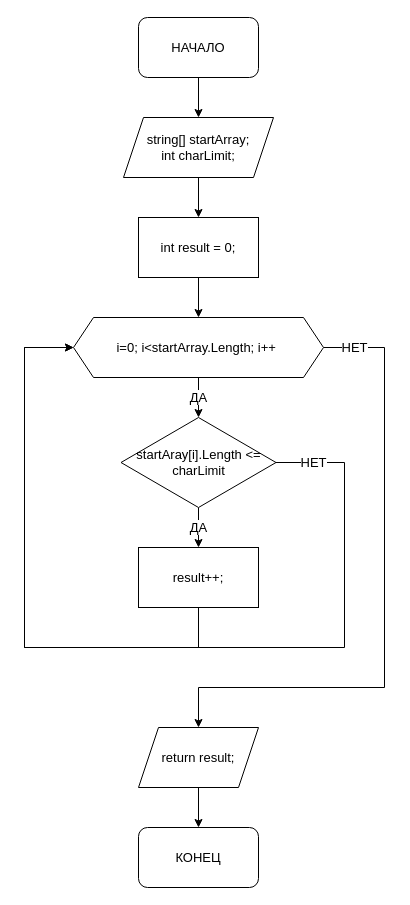
The draw.io diagram Algorytm/getSizeNewArray.drawio in jokerjam-s/GB_ControlWork_001, before the edit. Source tidied: cells renumbered, new cells numbered last; positions are measured from the earlier drawing's top-left corner, leaving out a move shared by most shapes. Both pictures are drawn from the tidied source at 100%, with x=0, y=0 at pixel (24, 17).
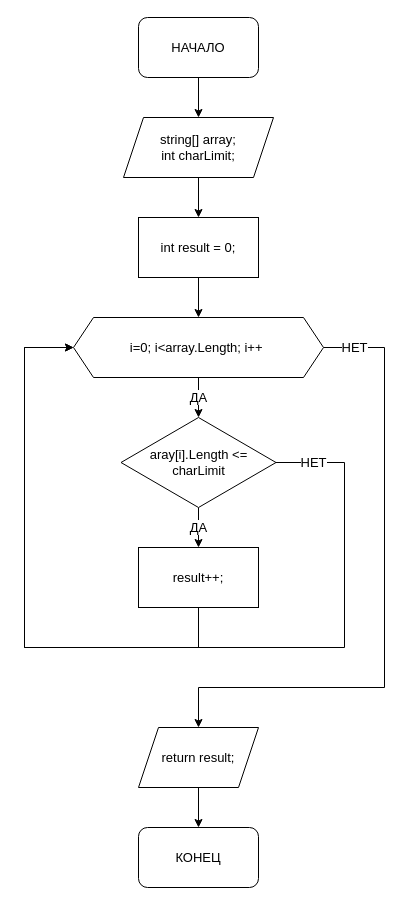
The same page after the edit.

Diff of the diagram source:
```diff
@@
-    <mxCell id="5" value="string[] startArray;&lt;br&gt;int charLimit;" style="shape=parallelogram;perimeter=parallelogramPerimeter;whiteSpace=wrap;html=1;fixedSize=1;rounded=0;fontSize=13;" parent="1" vertex="1">
+    <mxCell id="5" value="string[] array;&lt;br&gt;int charLimit;" style="shape=parallelogram;perimeter=parallelogramPerimeter;whiteSpace=wrap;html=1;fixedSize=1;rounded=0;fontSize=13;" parent="1" vertex="1">
       <mxGeometry x="99" y="100" width="150" height="60" as="geometry" />
     </mxCell>
@@
-    <mxCell id="10" value="i=0; i&amp;lt;startArray.Length; i++&amp;nbsp;" style="shape=hexagon;perimeter=hexagonPerimeter2;whiteSpace=wrap;html=1;fixedSize=1;rounded=0;fontSize=13;" parent="1" vertex="1">
+    <mxCell id="10" value="i=0; i&amp;lt;array.Length; i++&amp;nbsp;" style="shape=hexagon;perimeter=hexagonPerimeter2;whiteSpace=wrap;html=1;fixedSize=1;rounded=0;fontSize=13;" parent="1" vertex="1">
       <mxGeometry x="49" y="300" width="250" height="60" as="geometry" />
     </mxCell>
@@
-    <mxCell id="13" value="startAray[i].Length &amp;lt;= charLimit" style="rhombus;whiteSpace=wrap;html=1;rounded=0;fontSize=13;" parent="1" vertex="1">
+    <mxCell id="13" value="aray[i].Length &amp;lt;= charLimit" style="rhombus;whiteSpace=wrap;html=1;rounded=0;fontSize=13;" parent="1" vertex="1">
       <mxGeometry x="96.5" y="400" width="155" height="90" as="geometry" />
     </mxCell>
```
